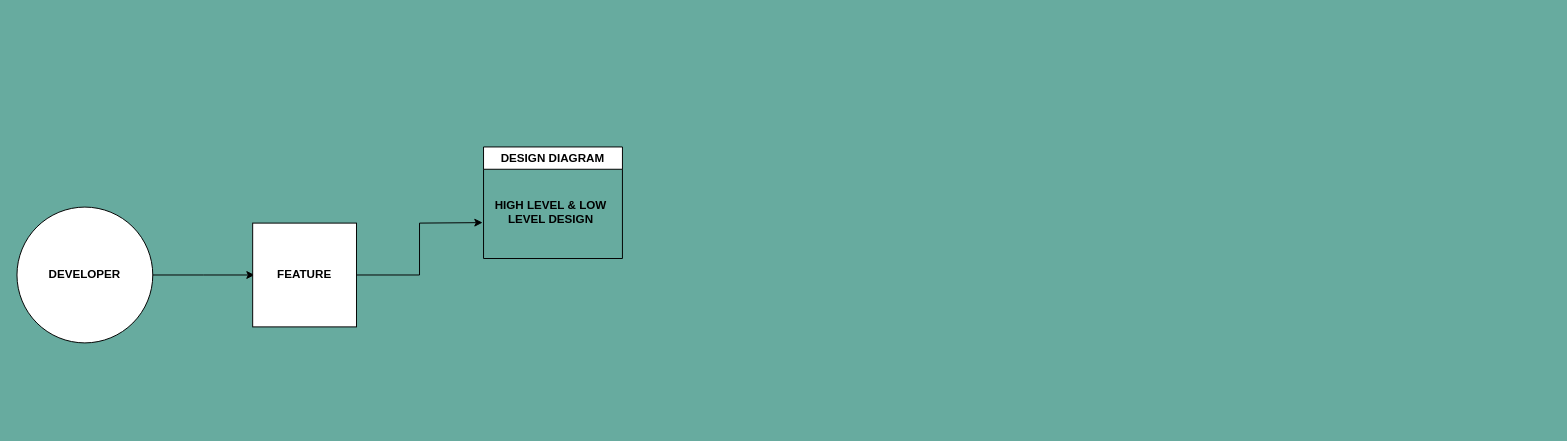
Before: developer-workflow.drawio in iam-veeramalla/sandbox, a draw.io diagram. Source tidied: cells renumbered, new cells numbered last; positions are measured from the earlier drawing's top-left corner, leaving out a move shared by most shapes. Both pictures are drawn from the tidied source at 97%, with x=0, y=0 at pixel (16, 146).
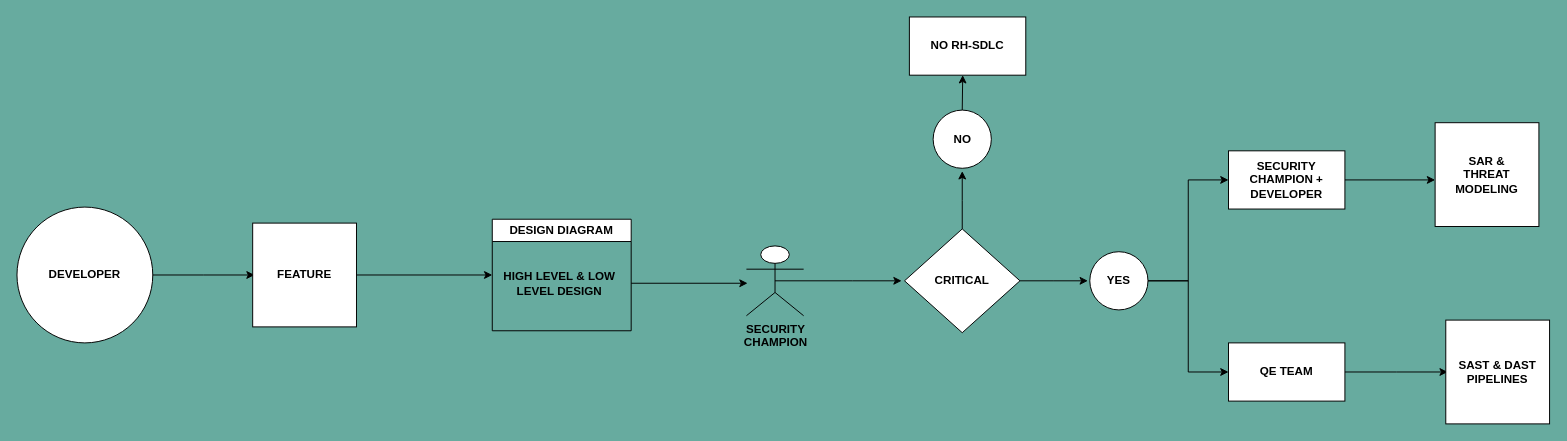
The same page after the edit.

The change refers to these unchanged cells:
```xml
<mxCell id="5" value="&lt;b&gt;FEATURE&lt;/b&gt;" style="whiteSpace=wrap;html=1;" parent="1" vertex="1">
  <mxGeometry x="243" y="78.5" width="107" height="107" as="geometry" />
</mxCell>
```

What changed in the source:
```diff
@@
-    <mxCell id="4" style="edgeStyle=orthogonalEdgeStyle;rounded=0;jettySize=auto;html=1;exitX=1;exitY=0.5;exitDx=0;exitDy=0;" parent="1" edge="1" source="5">
-      <mxGeometry relative="1" as="geometry">
-        <mxPoint x="480" y="78" as="targetPoint" />
-      </mxGeometry>
-    </mxCell>
+    <mxCell id="8" style="edgeStyle=orthogonalEdgeStyle;rounded=0;jettySize=auto;html=1;exitX=1;exitY=0.5;exitDx=0;exitDy=0;entryX=0;entryY=0.5;entryDx=0;entryDy=0;" parent="1" edge="1" source="5" target="6">
+      <mxGeometry relative="1" as="geometry" />
+    </mxCell>
@@
     <mxCell id="6" value="DESIGN DIAGRAM" style="swimlane;whiteSpace=wrap;html=1;" parent="1" vertex="1">
-      <mxGeometry x="481" width="143.2" height="115" as="geometry" />
+      <mxGeometry x="490" y="74.5" width="143.2" height="115" as="geometry" />
     </mxCell>
@@
+    <mxCell id="9" style="edgeStyle=orthogonalEdgeStyle;rounded=0;orthogonalLoop=1;jettySize=auto;html=1;" parent="1" edge="1">
+      <mxGeometry relative="1" as="geometry">
+        <mxPoint x="633.2" y="140.5" as="sourcePoint" />
+        <mxPoint x="753.2" y="140.5" as="targetPoint" />
+      </mxGeometry>
+    </mxCell>
+    <mxCell id="10" style="edgeStyle=orthogonalEdgeStyle;rounded=0;jettySize=auto;html=1;exitX=0.5;exitY=0.5;exitDx=0;exitDy=0;exitPerimeter=0;" parent="1" edge="1" source="11">
+      <mxGeometry relative="1" as="geometry">
+        <mxPoint x="912" y="138" as="targetPoint" />
+      </mxGeometry>
+    </mxCell>
+    <mxCell id="11" value="&lt;b&gt;SECURITY&lt;br&gt;CHAMPION&lt;br&gt;&lt;/b&gt;" style="shape=umlActor;verticalLabelPosition=bottom;verticalAlign=top;html=1;outlineConnect=0;" parent="1" vertex="1">
+      <mxGeometry x="752" y="102" width="59" height="72" as="geometry" />
+    </mxCell>
+    <mxCell id="12" style="edgeStyle=orthogonalEdgeStyle;rounded=0;jettySize=auto;html=1;" parent="1" edge="1" source="14">
+      <mxGeometry relative="1" as="geometry">
+        <mxPoint x="974.5" y="25" as="targetPoint" />
+      </mxGeometry>
+    </mxCell>
+    <mxCell id="13" style="edgeStyle=orthogonalEdgeStyle;rounded=0;jettySize=auto;html=1;exitX=1;exitY=0.5;exitDx=0;exitDy=0;" parent="1" edge="1" source="14">
+      <mxGeometry relative="1" as="geometry">
+        <mxPoint x="1104" y="138" as="targetPoint" />
+      </mxGeometry>
+    </mxCell>
+    <mxCell id="14" value="&lt;b&gt;CRITICAL&lt;/b&gt;" style="rhombus;whiteSpace=wrap;html=1;" parent="1" vertex="1">
+      <mxGeometry x="915" y="84.5" width="119" height="107" as="geometry" />
+    </mxCell>
+    <mxCell id="15" style="edgeStyle=orthogonalEdgeStyle;rounded=0;jettySize=auto;html=1;exitX=0.5;exitY=0;exitDx=0;exitDy=0;" parent="1" edge="1" source="16">
+      <mxGeometry relative="1" as="geometry">
+        <mxPoint x="975" y="-74" as="targetPoint" />
+      </mxGeometry>
+    </mxCell>
+    <mxCell id="16" value="&lt;b&gt;NO&lt;/b&gt;" style="ellipse;whiteSpace=wrap;html=1;" parent="1" vertex="1">
+      <mxGeometry x="944.5" y="-38" width="60" height="60" as="geometry" />
+    </mxCell>
+    <mxCell id="17" value="&lt;b&gt;NO RH-SDLC&lt;br&gt;&lt;/b&gt;" style="rounded=0;whiteSpace=wrap;html=1;" parent="1" vertex="1">
+      <mxGeometry x="920" y="-134" width="120" height="60" as="geometry" />
+    </mxCell>
+    <mxCell id="18" style="edgeStyle=orthogonalEdgeStyle;rounded=0;jettySize=auto;html=1;entryX=0;entryY=0.5;entryDx=0;entryDy=0;" parent="1" edge="1" source="20" target="22">
+      <mxGeometry relative="1" as="geometry" />
+    </mxCell>
+    <mxCell id="19" style="edgeStyle=orthogonalEdgeStyle;rounded=0;jettySize=auto;html=1;entryX=0;entryY=0.5;entryDx=0;entryDy=0;" parent="1" edge="1" source="20" target="24">
+      <mxGeometry relative="1" as="geometry" />
+    </mxCell>
+    <mxCell id="20" value="&lt;b&gt;YES&lt;/b&gt;" style="ellipse;whiteSpace=wrap;html=1;" parent="1" vertex="1">
+      <mxGeometry x="1106" y="108" width="60" height="60" as="geometry" />
+    </mxCell>
+    <mxCell id="21" style="edgeStyle=orthogonalEdgeStyle;rounded=0;jettySize=auto;html=1;" parent="1" edge="1" source="22">
+      <mxGeometry relative="1" as="geometry">
+        <mxPoint x="1462" y="34" as="targetPoint" />
+      </mxGeometry>
+    </mxCell>
+    <mxCell id="22" value="&lt;b&gt;SECURITY CHAMPION + DEVELOPER&lt;br&gt;&lt;/b&gt;" style="rounded=0;whiteSpace=wrap;html=1;" parent="1" vertex="1">
+      <mxGeometry x="1249" y="4" width="120" height="60" as="geometry" />
+    </mxCell>
+    <mxCell id="23" style="edgeStyle=orthogonalEdgeStyle;rounded=0;jettySize=auto;html=1;" parent="1" edge="1" source="24">
+      <mxGeometry relative="1" as="geometry">
+        <mxPoint x="1475" y="232" as="targetPoint" />
+      </mxGeometry>
+    </mxCell>
+    <mxCell id="24" value="&lt;b&gt;QE TEAM&lt;br&gt;&lt;/b&gt;" style="rounded=0;whiteSpace=wrap;html=1;" parent="1" vertex="1">
+      <mxGeometry x="1249" y="202" width="120" height="60" as="geometry" />
+    </mxCell>
+    <mxCell id="25" value="&lt;div&gt;&lt;b&gt;SAR &amp;amp;&lt;/b&gt;&lt;/div&gt;&lt;div&gt;&lt;b&gt;THREAT MODELING&lt;br&gt;&lt;/b&gt;&lt;/div&gt;" style="whiteSpace=wrap;html=1;" parent="1" vertex="1">
+      <mxGeometry x="1462" y="-25" width="107" height="107" as="geometry" />
+    </mxCell>
+    <mxCell id="26" value="&lt;b&gt;SAST &amp;amp; DAST PIPELINES&lt;br&gt;&lt;/b&gt;" style="whiteSpace=wrap;html=1;" parent="1" vertex="1">
+      <mxGeometry x="1473" y="178.5" width="107" height="107" as="geometry" />
+    </mxCell>
```
